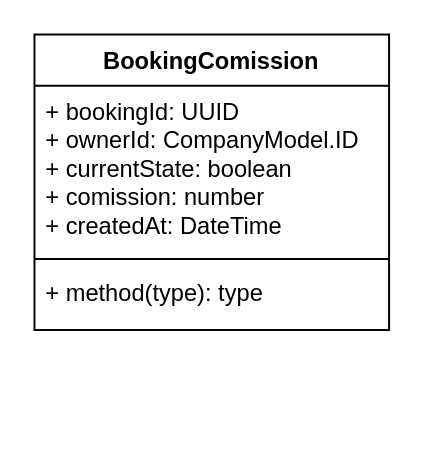
Earlier version of the draw.io diagram page "Booking flow" (3 of 3) of GBS/GBS_Booking_flow.drawio (maxCheptea/Diagrams). Source tidied: cells renumbered, new cells numbered last; positions are measured from the earlier drawing's top-left corner, leaving out a move shared by most shapes. Both pictures are drawn from the tidied source at 197%, with x=0, y=0 at pixel (33, 33).
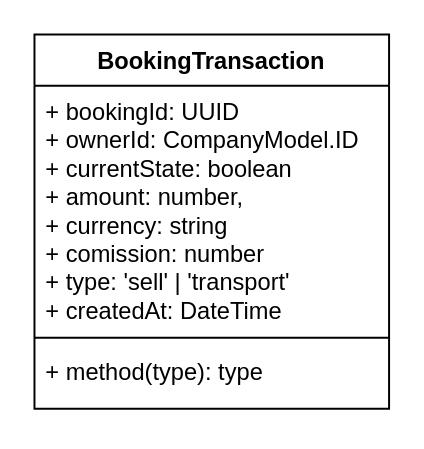
Above is the later version.

The edit, as a diff of the source:
```diff
@@
 <mxGraphModel>
   <root>
     <mxCell id="0" />
     <mxCell id="1" parent="0" />
-    <mxCell id="2" value="BookingComission&lt;div&gt;&lt;br&gt;&lt;/div&gt;" style="swimlane;fontStyle=1;align=center;verticalAlign=top;horizontal=1;startSize=26;whiteSpace=wrap;html=1;" parent="1" vertex="1">
-      <mxGeometry width="180" height="150" as="geometry" />
+    <mxCell id="2" value="BookingTransaction&lt;div&gt;&lt;br&gt;&lt;/div&gt;" style="swimlane;fontStyle=1;align=center;verticalAlign=top;horizontal=1;startSize=26;whiteSpace=wrap;html=1;" parent="1" vertex="1">
+      <mxGeometry width="180" height="190" as="geometry" />
     </mxCell>
-    <mxCell id="3" value="+ bookingId: UUID&lt;div&gt;+ ownerId: CompanyModel.ID&lt;/div&gt;&lt;div&gt;+ currentState: boolean&lt;/div&gt;&lt;div&gt;+ comission: number&lt;br&gt;&lt;div&gt;+ createdAt: DateTime&lt;/div&gt;&lt;div&gt;&lt;br&gt;&lt;/div&gt;&lt;/div&gt;" style="text;strokeColor=none;fillColor=none;align=left;verticalAlign=top;spacingLeft=4;spacingRight=4;overflow=hidden;whiteSpace=wrap;html=1;" parent="2" vertex="1">
-      <mxGeometry y="26" width="180" height="84" as="geometry" />
+    <mxCell id="3" value="+ bookingId: UUID&lt;div&gt;+ ownerId: CompanyModel.ID&lt;/div&gt;&lt;div&gt;+ currentState: boolean&lt;/div&gt;&lt;div&gt;+ amount: number,&lt;/div&gt;&lt;div&gt;+ currency: string&lt;/div&gt;&lt;div&gt;+ comission: number&lt;/div&gt;&lt;div&gt;+ type: 'sell' | 'transport'&lt;br&gt;&lt;div&gt;+ createdAt: DateTime&lt;/div&gt;&lt;div&gt;&lt;br&gt;&lt;/div&gt;&lt;/div&gt;" style="text;strokeColor=none;fillColor=none;align=left;verticalAlign=top;spacingLeft=4;spacingRight=4;overflow=hidden;whiteSpace=wrap;html=1;" parent="2" vertex="1">
+      <mxGeometry y="26" width="180" height="124" as="geometry" />
     </mxCell>
     <mxCell id="4" style="line;strokeWidth=1;fillColor=none;align=left;verticalAlign=middle;spacingTop=-1;spacingLeft=3;spacingRight=3;labelPosition=right;strokeColor=inherit;" parent="2" vertex="1">
-      <mxGeometry y="110" width="180" height="8" as="geometry" />
+      <mxGeometry y="150" width="180" height="8" as="geometry" />
     </mxCell>
     <mxCell id="5" value="+ method(type): type" style="text;strokeColor=none;fillColor=none;align=left;verticalAlign=top;spacingLeft=4;spacingRight=4;overflow=hidden;whiteSpace=wrap;html=1;" parent="2" vertex="1">
-      <mxGeometry y="118" width="180" height="32" as="geometry" />
+      <mxGeometry y="158" width="180" height="32" as="geometry" />
     </mxCell>
   </root>
 </mxGraphModel>
```
